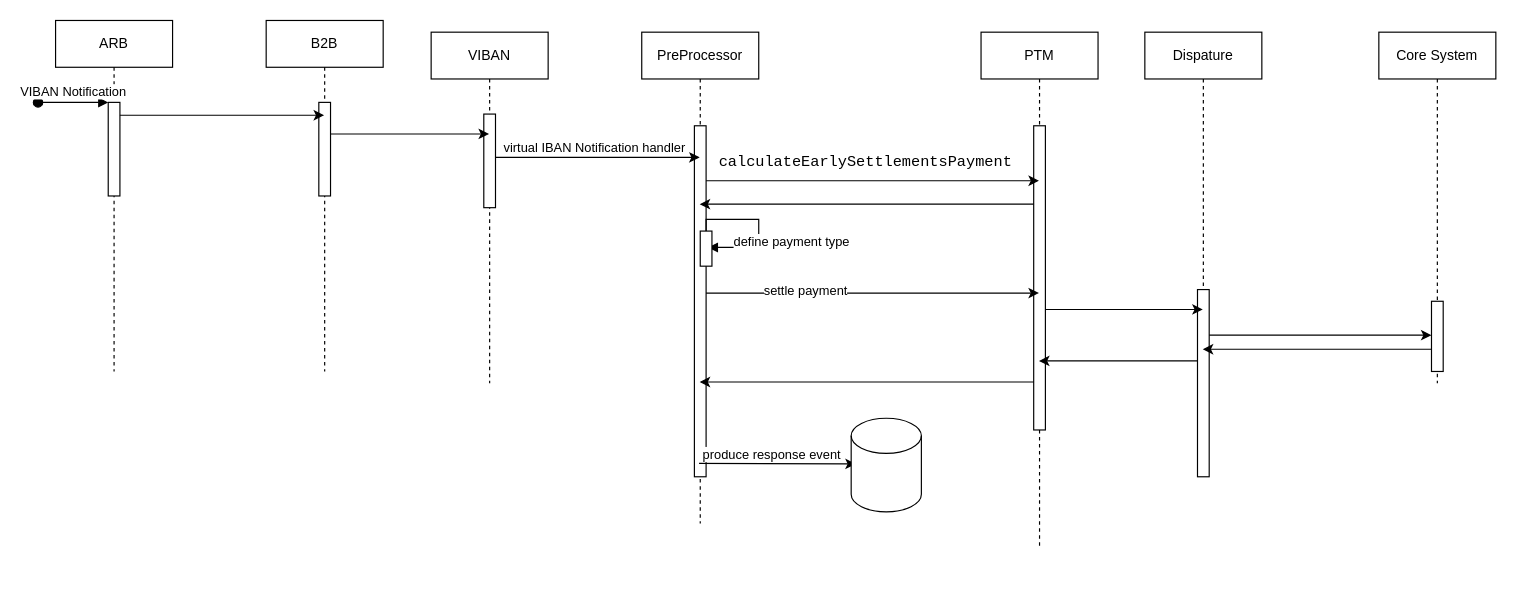
Above: page "Page-1" (1 of 2) of VIBAN.drawio in MHosnii/DrawIo (draw.io), before the change. Source tidied: cells renumbered, new cells numbered last; positions are measured from the earlier drawing's top-left corner, leaving out a move shared by most shapes. Both pictures are drawn from the tidied source at 117%, with x=0, y=0 at pixel (37, 20).
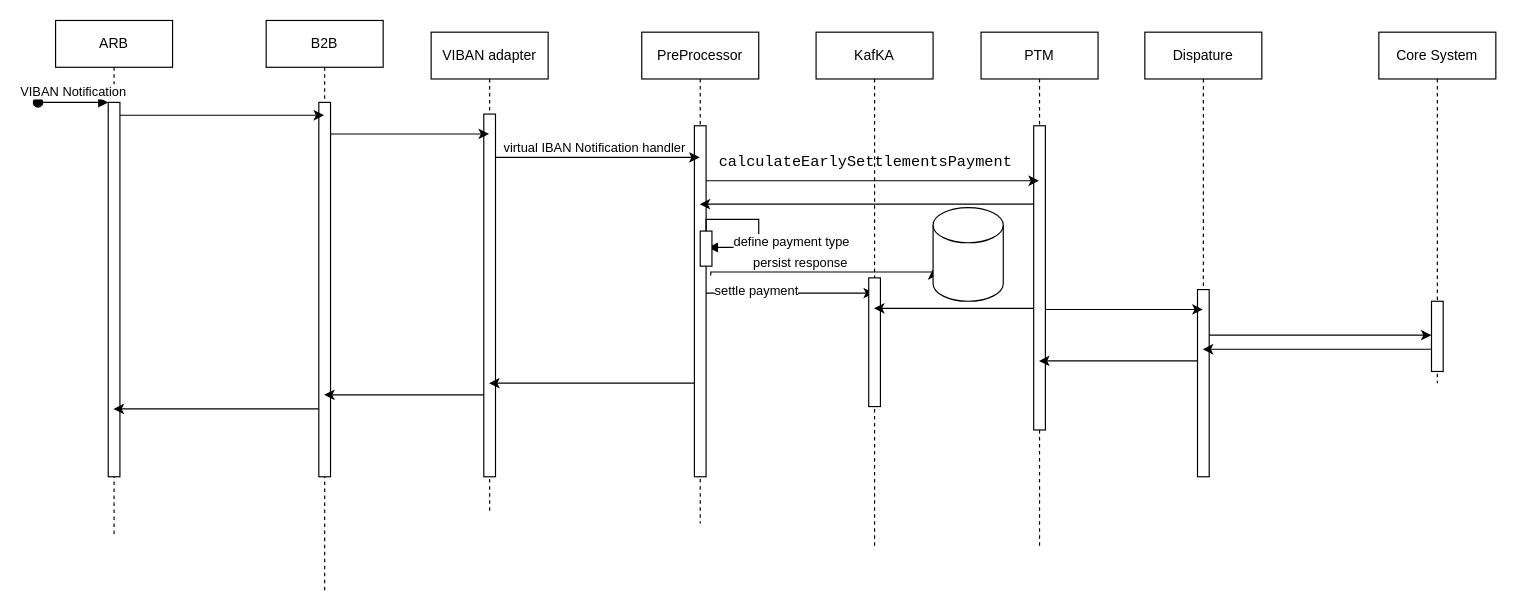
Above is the later version.

Diff of the diagram source:
```diff
@@
-    <mxCell id="2" value="VIBAN" style="shape=umlLifeline;perimeter=lifelinePerimeter;whiteSpace=wrap;html=1;newEdgeStyle={&quot;edgeStyle&quot;:&quot;elbowEdgeStyle&quot;,&quot;elbow&quot;:&quot;vertical&quot;,&quot;curved&quot;:0,&quot;rounded&quot;:0};" parent="1" vertex="1">
-      <mxGeometry x="336" y="10" width="100" height="300" as="geometry" />
+    <mxCell id="2" value="VIBAN adapter" style="shape=umlLifeline;perimeter=lifelinePerimeter;whiteSpace=wrap;html=1;newEdgeStyle={&quot;edgeStyle&quot;:&quot;elbowEdgeStyle&quot;,&quot;elbow&quot;:&quot;vertical&quot;,&quot;curved&quot;:0,&quot;rounded&quot;:0};" parent="1" vertex="1">
+      <mxGeometry x="336" y="10" width="100" height="410" as="geometry" />
     </mxCell>
     <mxCell id="3" style="html=1;perimeter=orthogonalPerimeter;targetShapes=umlLifeline;newEdgeStyle={&quot;edgeStyle&quot;:&quot;elbowEdgeStyle&quot;,&quot;elbow&quot;:&quot;vertical&quot;,&quot;curved&quot;:0,&quot;rounded&quot;:0};" parent="2" vertex="1">
-      <mxGeometry x="45" y="70" width="10" height="80" as="geometry" />
+      <mxGeometry x="45" y="70" width="10" height="310" as="geometry" />
     </mxCell>
@@
-    <mxCell id="19" style="edgeStyle=elbowEdgeStyle;rounded=0;orthogonalLoop=1;jettySize=auto;html=1;elbow=vertical;curved=0;" parent="1" edge="1">
+    <mxCell id="19" style="edgeStyle=elbowEdgeStyle;rounded=0;jettySize=auto;html=1;elbow=vertical;curved=0;" parent="1" edge="1" target="39">
       <mxGeometry relative="1" as="geometry">
         <mxPoint x="571" y="233" as="sourcePoint" />
-        <mxPoint x="855.5" y="233" as="targetPoint" />
       </mxGeometry>
     </mxCell>
@@
     <mxCell id="26" value="ARB" style="shape=umlLifeline;perimeter=lifelinePerimeter;whiteSpace=wrap;html=1;newEdgeStyle={&quot;edgeStyle&quot;:&quot;elbowEdgeStyle&quot;,&quot;elbow&quot;:&quot;vertical&quot;,&quot;curved&quot;:0,&quot;rounded&quot;:0};" parent="1" vertex="1">
-      <mxGeometry x="15" width="100" height="300" as="geometry" />
+      <mxGeometry x="15" width="100" height="440" as="geometry" />
     </mxCell>
     <mxCell id="27" style="html=1;points=[];perimeter=orthogonalPerimeter;outlineConnect=0;targetShapes=umlLifeline;portConstraint=eastwest;newEdgeStyle={&quot;edgeStyle&quot;:&quot;elbowEdgeStyle&quot;,&quot;elbow&quot;:&quot;vertical&quot;,&quot;curved&quot;:0,&quot;rounded&quot;:0};" parent="26" vertex="1">
-      <mxGeometry x="45" y="70" width="10" height="80" as="geometry" />
+      <mxGeometry x="45" y="70" width="10" height="320" as="geometry" />
     </mxCell>
@@
     <mxCell id="29" value="B2B" style="shape=umlLifeline;perimeter=lifelinePerimeter;whiteSpace=wrap;html=1;newEdgeStyle={&quot;edgeStyle&quot;:&quot;elbowEdgeStyle&quot;,&quot;elbow&quot;:&quot;vertical&quot;,&quot;curved&quot;:0,&quot;rounded&quot;:0};" parent="1" vertex="1">
-      <mxGeometry x="195" width="100" height="300" as="geometry" />
+      <mxGeometry x="195" width="100" height="490" as="geometry" />
     </mxCell>
     <mxCell id="30" style="html=1;perimeter=orthogonalPerimeter;targetShapes=umlLifeline;newEdgeStyle={&quot;edgeStyle&quot;:&quot;elbowEdgeStyle&quot;,&quot;elbow&quot;:&quot;vertical&quot;,&quot;curved&quot;:0,&quot;rounded&quot;:0};" parent="29" vertex="1">
-      <mxGeometry x="45" y="70" width="10" height="80" as="geometry" />
+      <mxGeometry x="45" y="70" width="10" height="320" as="geometry" />
     </mxCell>
@@
-    <mxCell id="34" style="edgeStyle=elbowEdgeStyle;rounded=0;orthogonalLoop=1;jettySize=auto;html=1;elbow=vertical;curved=0;" parent="1" edge="1">
-      <mxGeometry relative="1" as="geometry">
-        <mxPoint x="851" y="309" as="sourcePoint" />
-        <mxPoint x="565.5" y="309" as="targetPoint" />
-      </mxGeometry>
-    </mxCell>
-    <mxCell id="35" style="edgeStyle=elbowEdgeStyle;rounded=0;orthogonalLoop=1;jettySize=auto;html=1;elbow=vertical;curved=0;" parent="1" edge="1">
+    <mxCell id="35" style="edgeStyle=elbowEdgeStyle;rounded=0;jettySize=auto;html=1;elbow=vertical;curved=0;entryX=0;entryY=0;entryDx=0;entryDy=52.5;entryPerimeter=0;" parent="1" edge="1" target="37">
       <mxGeometry relative="1" as="geometry">
-        <mxPoint x="565" y="378.5" as="sourcePoint" />
-        <mxPoint x="699" y="378.5" as="targetPoint" />
+        <mxPoint x="575" y="218" as="sourcePoint" />
       </mxGeometry>
     </mxCell>
-    <mxCell id="36" value="produce response event" style="edgeLabel;html=1;align=center;verticalAlign=middle;" parent="35" vertex="1">
+    <mxCell id="36" value="persist response&amp;nbsp;" style="edgeLabel;html=1;align=center;verticalAlign=middle;" parent="35" vertex="1">
       <mxGeometry x="-0.4" y="3" relative="1" as="geometry">
         <mxPoint x="21" y="-6" as="offset" />
       </mxGeometry>
     </mxCell>
     <mxCell id="37" style="shape=cylinder3;whiteSpace=wrap;html=1;boundedLbl=1;backgroundOutline=1;size=15;" parent="1" vertex="1">
-      <mxGeometry x="695" y="340" width="60" height="80" as="geometry" />
+      <mxGeometry x="765" y="160" width="60" height="80" as="geometry" />
     </mxCell>
+    <mxCell id="38" style="edgeStyle=elbowEdgeStyle;rounded=0;orthogonalLoop=1;jettySize=auto;html=1;elbow=vertical;curved=0;" parent="1" edge="1">
+      <mxGeometry relative="1" as="geometry">
+        <mxPoint x="561" y="310" as="sourcePoint" />
+        <mxPoint x="385.5" y="310" as="targetPoint" />
+      </mxGeometry>
+    </mxCell>
+    <mxCell id="39" value="KafKA" style="shape=umlLifeline;perimeter=lifelinePerimeter;whiteSpace=wrap;html=1;outlineConnect=0;portConstraint=eastwest;newEdgeStyle={&quot;edgeStyle&quot;:&quot;elbowEdgeStyle&quot;,&quot;elbow&quot;:&quot;vertical&quot;,&quot;curved&quot;:0,&quot;rounded&quot;:0};" parent="1" vertex="1">
+      <mxGeometry x="665" y="10" width="100" height="440" as="geometry" />
+    </mxCell>
+    <mxCell id="40" style="html=1;perimeter=orthogonalPerimeter;targetShapes=umlLifeline;newEdgeStyle={&quot;edgeStyle&quot;:&quot;elbowEdgeStyle&quot;,&quot;elbow&quot;:&quot;vertical&quot;,&quot;curved&quot;:0,&quot;rounded&quot;:0};" parent="39" vertex="1">
+      <mxGeometry x="45" y="210" width="10" height="110" as="geometry" />
+    </mxCell>
+    <mxCell id="41" style="edgeStyle=elbowEdgeStyle;rounded=0;orthogonalLoop=1;jettySize=auto;html=1;elbow=vertical;curved=0;" parent="1" edge="1">
+      <mxGeometry relative="1" as="geometry">
+        <mxPoint x="851" y="246" as="sourcePoint" />
+        <mxPoint x="714.5" y="246" as="targetPoint" />
+      </mxGeometry>
+    </mxCell>
+    <mxCell id="42" style="edgeStyle=elbowEdgeStyle;rounded=0;orthogonalLoop=1;jettySize=auto;html=1;elbow=vertical;curved=0;" parent="1" edge="1">
+      <mxGeometry relative="1" as="geometry">
+        <mxPoint x="381" y="320" as="sourcePoint" />
+        <mxPoint x="244.5" y="320" as="targetPoint" />
+      </mxGeometry>
+    </mxCell>
+    <mxCell id="43" style="edgeStyle=elbowEdgeStyle;rounded=0;orthogonalLoop=1;jettySize=auto;html=1;elbow=vertical;curved=0;" parent="1" edge="1">
+      <mxGeometry relative="1" as="geometry">
+        <mxPoint x="240" y="332" as="sourcePoint" />
+        <mxPoint x="64.5" y="332" as="targetPoint" />
+      </mxGeometry>
+    </mxCell>
```
